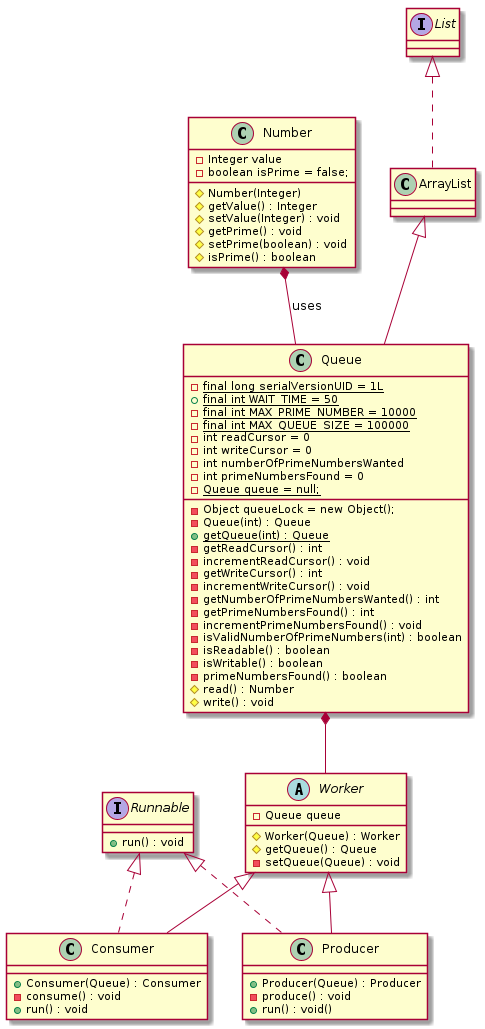
Above: ClassDiagram.png in FScholsen/PrimeNumber (PlantUML), before the change. Its diagram source:
```plantuml
@startuml
interface "Runnable" as Runnable
interface "List" as List

interface Runnable {
	+run() : void
}
class Number {
	- Integer value
	- boolean isPrime = false;
	# Number(Integer)
	# getValue() : Integer
	# setValue(Integer) : void
	# getPrime() : void
	# setPrime(boolean) : void
	# isPrime() : boolean
}
class Queue {
	- {static} final long serialVersionUID = 1L
	+ {static} final int WAIT_TIME = 50
	- {static} final int MAX_PRIME_NUMBER = 10000
	- {static} final int MAX_QUEUE_SIZE = 100000
	- int readCursor = 0
	- int writeCursor = 0
	- Object queueLock = new Object();
	- int numberOfPrimeNumbersWanted
	- int primeNumbersFound = 0
	- {static} Queue queue = null;
	- Queue(int) : Queue
	+ {static} getQueue(int) : Queue
	- getReadCursor() : int
	- incrementReadCursor() : void
	- getWriteCursor() : int
	- incrementWriteCursor() : void
	- getNumberOfPrimeNumbersWanted() : int
	- getPrimeNumbersFound() : int
	- incrementPrimeNumbersFound() : void
	- isValidNumberOfPrimeNumbers(int) : boolean
	- isReadable() : boolean
	- isWritable() : boolean
	- primeNumbersFound() : boolean
	# read() : Number
	# write() : void
}

abstract class Worker {
	- Queue queue
	# Worker(Queue) : Worker
	# getQueue() : Queue
	- setQueue(Queue) : void
}

class Consumer {
	+ Consumer(Queue) : Consumer
	- consume() : void
	+ run() : void
}

class Producer {
	+ Producer(Queue) : Producer
	- produce() : void
	+ run() : void()
}

List <|.. ArrayList
ArrayList <|-- Queue
Number *-- Queue : uses
Queue *-- Worker
Runnable <|.. Consumer
Runnable <|.. Producer
Worker <|-- Consumer
Worker <|-- Producer


@enduml
```
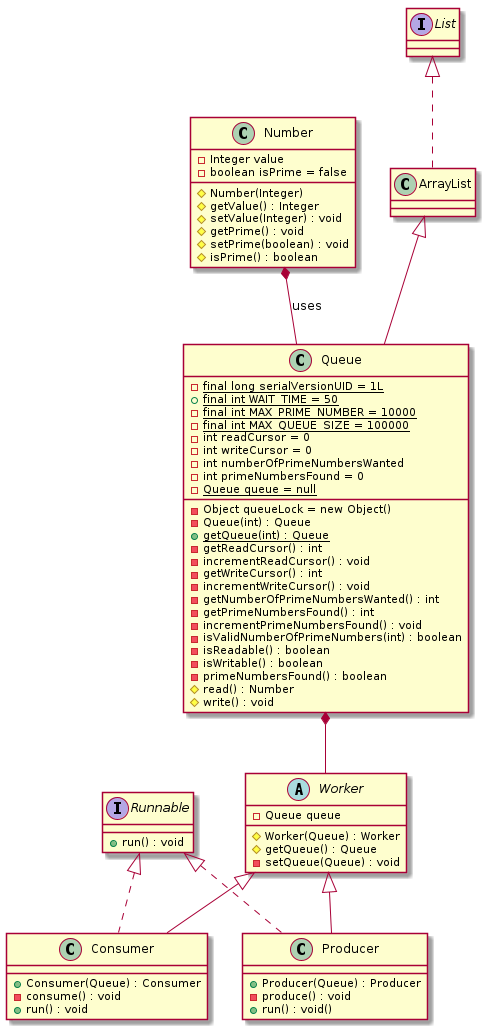
After the commit.

Commit message:
update Activity diagram

Diff of the diagram source:
```diff
@@ -7,7 +7,7 @@
 }
 class Number {
 	- Integer value
-	- boolean isPrime = false;
+	- boolean isPrime = false
 	# Number(Integer)
 	# getValue() : Integer
 	# setValue(Integer) : void
@@ -22,10 +22,10 @@
 	- {static} final int MAX_QUEUE_SIZE = 100000
 	- int readCursor = 0
 	- int writeCursor = 0
-	- Object queueLock = new Object();
+	- Object queueLock = new Object()
 	- int numberOfPrimeNumbersWanted
 	- int primeNumbersFound = 0
-	- {static} Queue queue = null;
+	- {static} Queue queue = null
 	- Queue(int) : Queue
 	+ {static} getQueue(int) : Queue
 	- getReadCursor() : int
```
